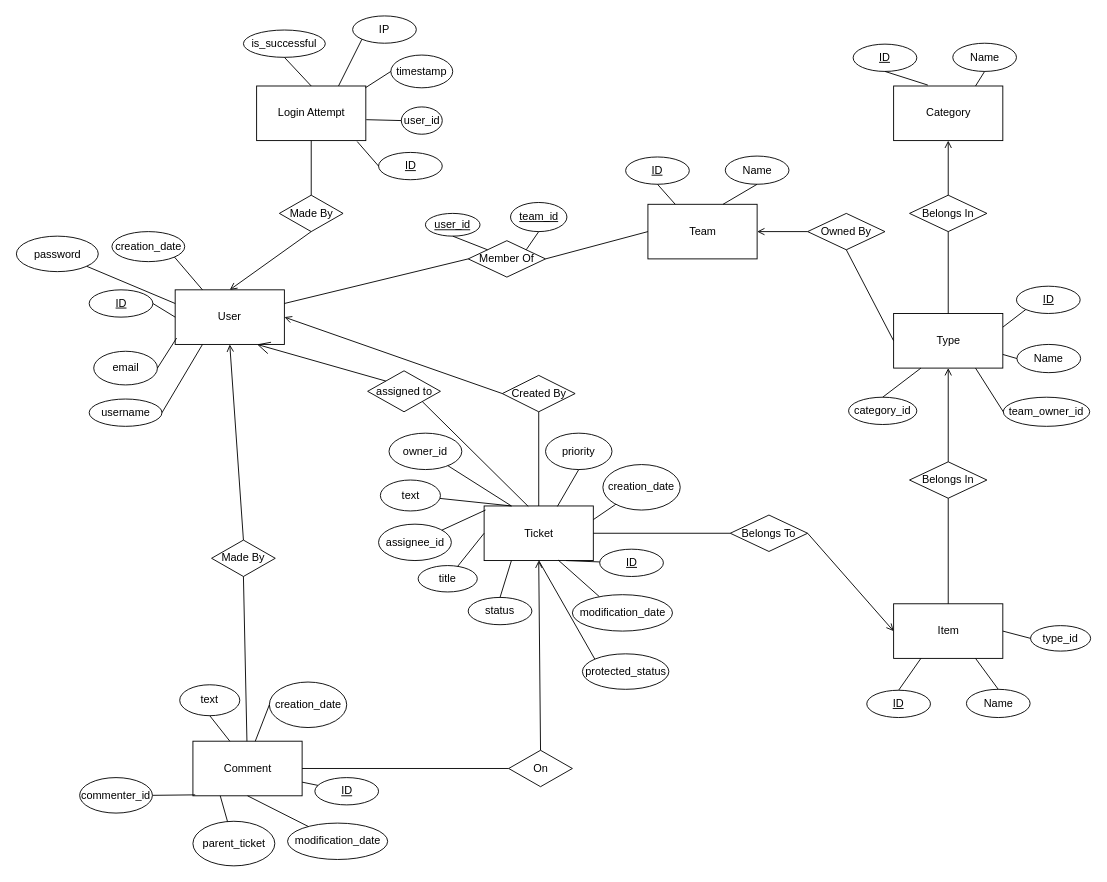
Above: docs/ER Diagram/ER Diagram Draft.drawio in CS157-26/CS157-26 (draw.io), before the change. Source tidied: cells renumbered, new cells numbered last; positions are measured from the earlier drawing's top-left corner, leaving out a move shared by most shapes. Both pictures are drawn from the tidied source at 91%, with x=0, y=0 at pixel (15, 15).
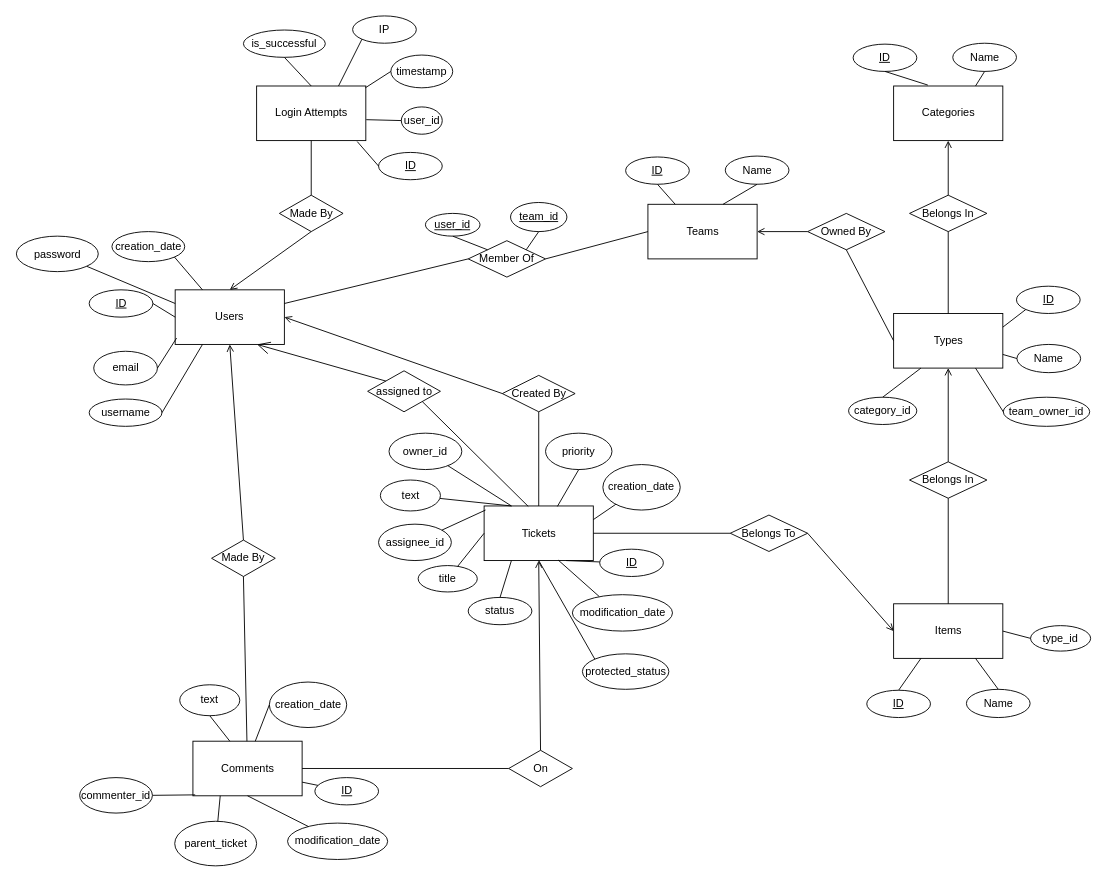
The same diagram, later.

What changed in the source:
```diff
@@
-    <mxCell id="3" value="User" style="rounded=0;whiteSpace=wrap;html=1;" parent="1" vertex="1">
+    <mxCell id="3" value="Users" style="rounded=0;whiteSpace=wrap;html=1;" parent="1" vertex="1">
       <mxGeometry x="175" y="301" width="120" height="60" as="geometry" />
     </mxCell>
-    <mxCell id="4" value="Team" style="rounded=0;whiteSpace=wrap;html=1;" parent="1" vertex="1">
+    <mxCell id="4" value="Teams" style="rounded=0;whiteSpace=wrap;html=1;" parent="1" vertex="1">
       <mxGeometry x="694.5" y="207" width="120" height="60" as="geometry" />
     </mxCell>
-    <mxCell id="5" value="Category" style="rounded=0;whiteSpace=wrap;html=1;" parent="1" vertex="1">
+    <mxCell id="5" value="Categories" style="rounded=0;whiteSpace=wrap;html=1;" parent="1" vertex="1">
       <mxGeometry x="964.5" y="77" width="120" height="60" as="geometry" />
     </mxCell>
-    <mxCell id="6" value="Ticket" style="rounded=0;whiteSpace=wrap;html=1;" parent="1" vertex="1">
+    <mxCell id="6" value="Tickets" style="rounded=0;whiteSpace=wrap;html=1;" parent="1" vertex="1">
       <mxGeometry x="514.5" y="538.5" width="120" height="60" as="geometry" />
     </mxCell>
-    <mxCell id="7" value="Type" style="rounded=0;whiteSpace=wrap;html=1;" parent="1" vertex="1">
+    <mxCell id="7" value="Types" style="rounded=0;whiteSpace=wrap;html=1;" parent="1" vertex="1">
       <mxGeometry x="964.5" y="327" width="120" height="60" as="geometry" />
     </mxCell>
-    <mxCell id="8" value="Item" style="rounded=0;whiteSpace=wrap;html=1;" parent="1" vertex="1">
+    <mxCell id="8" value="Items" style="rounded=0;whiteSpace=wrap;html=1;" parent="1" vertex="1">
       <mxGeometry x="964.5" y="646" width="120" height="60" as="geometry" />
     </mxCell>
-    <mxCell id="9" value="Comment" style="rounded=0;whiteSpace=wrap;html=1;" parent="1" vertex="1">
+    <mxCell id="9" value="Comments" style="rounded=0;whiteSpace=wrap;html=1;" parent="1" vertex="1">
       <mxGeometry x="194.5" y="797" width="120" height="60" as="geometry" />
     </mxCell>
@@
-    <mxCell id="11" value="Login Attempt" style="rounded=0;whiteSpace=wrap;html=1;" parent="1" vertex="1">
+    <mxCell id="11" value="Login Attempts" style="rounded=0;whiteSpace=wrap;html=1;" parent="1" vertex="1">
       <mxGeometry x="264.5" y="77" width="120" height="60" as="geometry" />
     </mxCell>
@@
     <mxCell id="73" value="parent_ticket" style="ellipse;whiteSpace=wrap;html=1;" parent="1" vertex="1">
-      <mxGeometry x="194.5" y="885" width="90" height="49" as="geometry" />
+      <mxGeometry x="174.5" y="885" width="90" height="49" as="geometry" />
     </mxCell>
```
